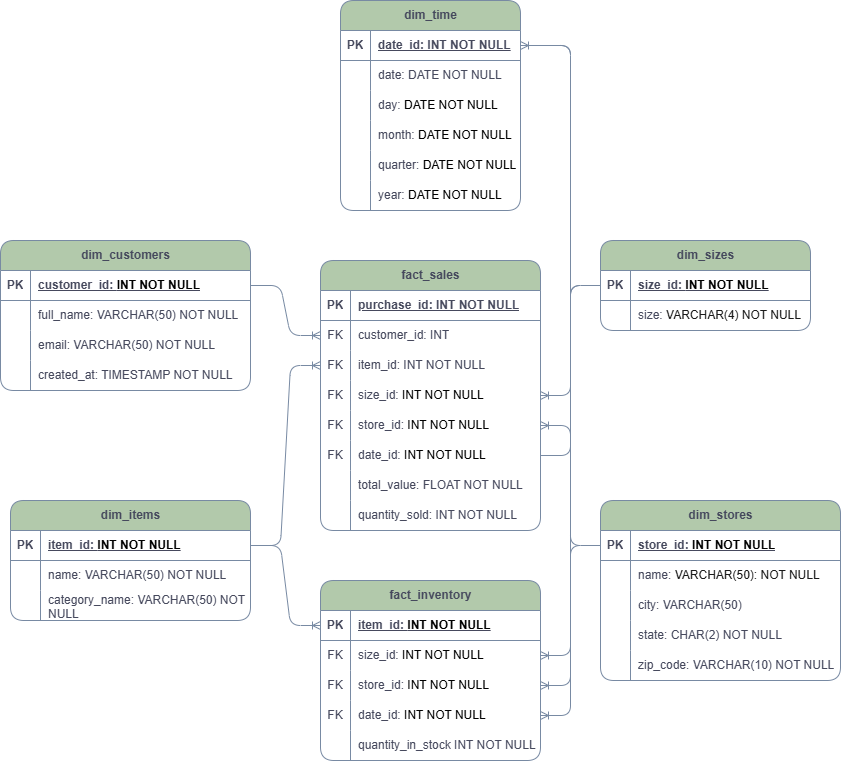
The draw.io diagram E_commerce_dbs-OLAP.png in ruancastro/e-commercy-database, before a commit. Source tidied: cells renumbered, new cells last; positions are measured from the earlier drawing's top-left corner, leaving out a move shared by most shapes.
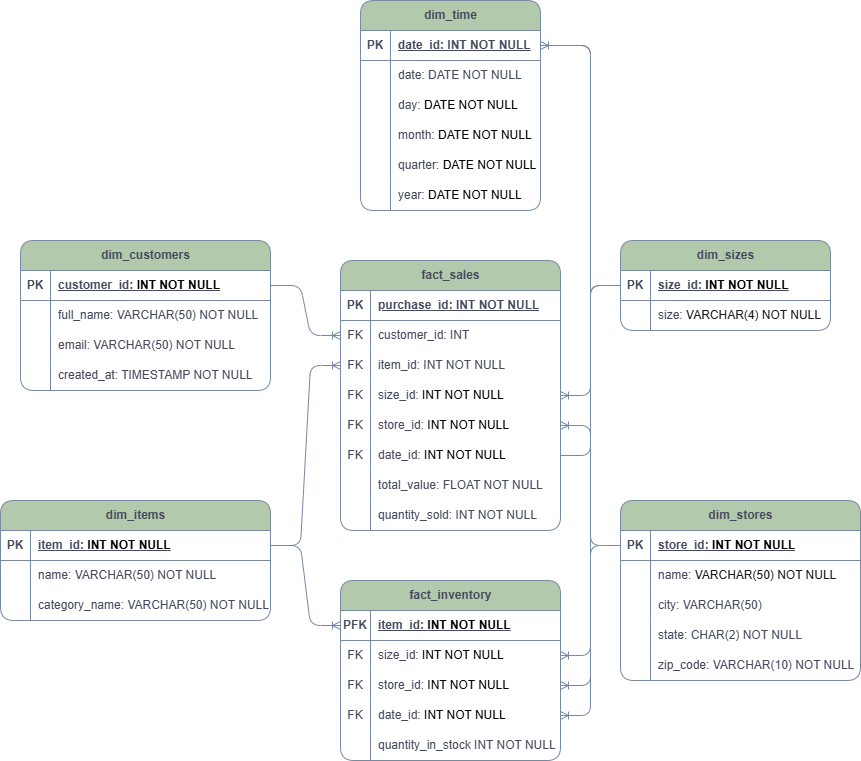
Above is the later version.

Commit message:
draft orm olap

The edit, as a diff of the source:
```diff
@@ -117,34 +117,34 @@
       <mxGeometry x="30" width="220" height="30" as="geometry" />
     </mxCell>
     <mxCell id="40" value="&lt;div&gt;&lt;span class=&quot;text-sm px-1 rounded-sm !font-mono bg-sunset/10 text-rust dark:bg-dawn/10 dark:text-dawn&quot;&gt;dim_items&lt;/span&gt;&lt;/div&gt;" style="shape=table;startSize=30;rowLines=0;fontStyle=1;align=center;html=1;rounded=1;labelBackgroundColor=none;fillColor=#B2C9AB;strokeColor=#788AA3;fontColor=#46495D;" parent="1" vertex="1">
-      <mxGeometry x="10" y="500" width="240" height="120" as="geometry" />
+      <mxGeometry x="-20" y="500" width="270" height="120" as="geometry" />
     </mxCell>
     <mxCell id="41" style="shape=tableRow;horizontal=0;startSize=0;swimlaneHead=0;swimlaneBody=0;fillColor=none;points=[[0,0.5],[1,0.5]];portConstraint=eastwest;top=0;left=0;right=0;bottom=1;rounded=1;labelBackgroundColor=none;strokeColor=#788AA3;fontColor=#46495D;" parent="40" vertex="1">
-      <mxGeometry y="30" width="240" height="30" as="geometry" />
+      <mxGeometry y="30" width="270" height="30" as="geometry" />
     </mxCell>
     <mxCell id="42" value="PK" style="shape=partialRectangle;fillColor=none;top=0;left=0;bottom=0;right=0;fontStyle=1;overflow=hidden;whiteSpace=wrap;html=1;rounded=1;labelBackgroundColor=none;strokeColor=#788AA3;fontColor=#46495D;" parent="41" vertex="1">
       <mxGeometry width="30" height="30" as="geometry" />
     </mxCell>
     <mxCell id="43" value="&lt;div&gt;&lt;span class=&quot;text-sm px-1 rounded-sm !font-mono bg-sunset/10 text-rust dark:bg-dawn/10 dark:text-dawn&quot;&gt;item_id:&amp;nbsp;&lt;/span&gt;&lt;span style=&quot;background-color: transparent; color: light-dark(rgb(0, 0, 0), rgb(255, 255, 255));&quot;&gt;INT NOT NULL&lt;/span&gt;&lt;/div&gt;" style="shape=partialRectangle;fillColor=none;top=0;left=0;bottom=0;right=0;align=left;spacingLeft=6;fontStyle=5;overflow=hidden;whiteSpace=wrap;html=1;rounded=1;labelBackgroundColor=none;strokeColor=#788AA3;fontColor=#46495D;" parent="41" vertex="1">
-      <mxGeometry x="30" width="210" height="30" as="geometry" />
+      <mxGeometry x="30" width="240" height="30" as="geometry" />
     </mxCell>
     <mxCell id="44" style="shape=tableRow;horizontal=0;startSize=0;swimlaneHead=0;swimlaneBody=0;fillColor=none;top=0;left=0;right=0;bottom=0;rounded=1;labelBackgroundColor=none;strokeColor=#788AA3;fontColor=#46495D;" parent="40" vertex="1">
-      <mxGeometry y="60" width="240" height="30" as="geometry" />
+      <mxGeometry y="60" width="270" height="30" as="geometry" />
     </mxCell>
     <mxCell id="45" style="shape=partialRectangle;fillColor=none;top=0;left=0;bottom=0;right=0;overflow=hidden;whiteSpace=wrap;html=1;rounded=1;labelBackgroundColor=none;strokeColor=#788AA3;fontColor=#46495D;" parent="44" vertex="1">
       <mxGeometry width="30" height="30" as="geometry" />
     </mxCell>
     <mxCell id="46" value="&lt;div&gt;&lt;span class=&quot;text-sm px-1 rounded-sm !font-mono bg-sunset/10 text-rust dark:bg-dawn/10 dark:text-dawn&quot;&gt;name: VARCHAR(50) NOT NULL&lt;/span&gt;&lt;/div&gt;" style="shape=partialRectangle;fillColor=none;top=0;left=0;bottom=0;right=0;align=left;spacingLeft=6;overflow=hidden;whiteSpace=wrap;html=1;rounded=1;labelBackgroundColor=none;strokeColor=#788AA3;fontColor=#46495D;" parent="44" vertex="1">
-      <mxGeometry x="30" width="210" height="30" as="geometry" />
+      <mxGeometry x="30" width="240" height="30" as="geometry" />
     </mxCell>
     <mxCell id="47" style="shape=tableRow;horizontal=0;startSize=0;swimlaneHead=0;swimlaneBody=0;fillColor=none;top=0;left=0;right=0;bottom=0;rounded=1;labelBackgroundColor=none;strokeColor=#788AA3;fontColor=#46495D;" parent="40" vertex="1">
-      <mxGeometry y="90" width="240" height="30" as="geometry" />
+      <mxGeometry y="90" width="270" height="30" as="geometry" />
     </mxCell>
     <mxCell id="48" style="shape=partialRectangle;fillColor=none;top=0;left=0;bottom=0;right=0;overflow=hidden;whiteSpace=wrap;html=1;rounded=1;labelBackgroundColor=none;strokeColor=#788AA3;fontColor=#46495D;" parent="47" vertex="1">
       <mxGeometry width="30" height="30" as="geometry" />
     </mxCell>
     <mxCell id="49" value="&lt;div&gt;&lt;span class=&quot;text-sm px-1 rounded-sm !font-mono bg-sunset/10 text-rust dark:bg-dawn/10 dark:text-dawn&quot;&gt;category_name: VARCHAR(50) NOT NULL&lt;/span&gt;&lt;/div&gt;" style="shape=partialRectangle;fillColor=none;top=0;left=0;bottom=0;right=0;align=left;spacingLeft=6;overflow=hidden;whiteSpace=wrap;html=1;rounded=1;labelBackgroundColor=none;strokeColor=#788AA3;fontColor=#46495D;" parent="47" vertex="1">
-      <mxGeometry x="30" width="210" height="30" as="geometry" />
+      <mxGeometry x="30" width="240" height="30" as="geometry" />
     </mxCell>
     <mxCell id="50" value="&lt;div&gt;&lt;span class=&quot;text-sm px-1 rounded-sm !font-mono bg-sunset/10 text-rust dark:bg-dawn/10 dark:text-dawn&quot;&gt;dim_sizes&lt;/span&gt;&lt;/div&gt;" style="shape=table;startSize=30;rowLines=0;fontStyle=1;align=center;html=1;rounded=1;labelBackgroundColor=none;fillColor=#B2C9AB;strokeColor=#788AA3;fontColor=#46495D;" parent="1" vertex="1">
       <mxGeometry x="600" y="240" width="210" height="90" as="geometry" />
@@ -185,7 +185,7 @@
     <mxCell id="62" style="shape=partialRectangle;fillColor=none;top=0;left=0;bottom=0;right=0;overflow=hidden;whiteSpace=wrap;html=1;rounded=1;labelBackgroundColor=none;strokeColor=#788AA3;fontColor=#46495D;" parent="61" vertex="1">
       <mxGeometry width="30" height="30" as="geometry" />
     </mxCell>
-    <mxCell id="63" value="&lt;div&gt;&lt;span class=&quot;text-sm px-1 rounded-sm !font-mono bg-sunset/10 text-rust dark:bg-dawn/10 dark:text-dawn&quot;&gt;name:&amp;nbsp;&lt;/span&gt;&lt;span style=&quot;color: rgb(26, 26, 26); text-wrap-mode: nowrap; background-color: transparent;&quot;&gt;VARCHAR(50):&amp;nbsp;NOT NULL&lt;/span&gt;&lt;/div&gt;" style="shape=partialRectangle;fillColor=none;top=0;left=0;bottom=0;right=0;align=left;spacingLeft=6;overflow=hidden;whiteSpace=wrap;html=1;rounded=1;labelBackgroundColor=none;strokeColor=#788AA3;fontColor=#46495D;" parent="61" vertex="1">
+    <mxCell id="63" value="&lt;div&gt;&lt;span class=&quot;text-sm px-1 rounded-sm !font-mono bg-sunset/10 text-rust dark:bg-dawn/10 dark:text-dawn&quot;&gt;name:&amp;nbsp;&lt;/span&gt;&lt;span style=&quot;color: rgb(26, 26, 26); text-wrap-mode: nowrap; background-color: transparent;&quot;&gt;VARCHAR(50) NOT NULL&lt;/span&gt;&lt;/div&gt;" style="shape=partialRectangle;fillColor=none;top=0;left=0;bottom=0;right=0;align=left;spacingLeft=6;overflow=hidden;whiteSpace=wrap;html=1;rounded=1;labelBackgroundColor=none;strokeColor=#788AA3;fontColor=#46495D;" parent="61" vertex="1">
       <mxGeometry x="30" width="210" height="30" as="geometry" />
     </mxCell>
     <mxCell id="64" style="shape=tableRow;horizontal=0;startSize=0;swimlaneHead=0;swimlaneBody=0;fillColor=none;top=0;left=0;right=0;bottom=0;rounded=1;labelBackgroundColor=none;strokeColor=#788AA3;fontColor=#46495D;" parent="57" vertex="1">
@@ -278,7 +278,7 @@
     <mxCell id="93" style="shape=tableRow;horizontal=0;startSize=0;swimlaneHead=0;swimlaneBody=0;fillColor=none;points=[[0,0.5],[1,0.5]];portConstraint=eastwest;top=0;left=0;right=0;bottom=1;rounded=1;labelBackgroundColor=none;strokeColor=#788AA3;fontColor=#46495D;" parent="92" vertex="1">
       <mxGeometry y="30" width="220" height="30" as="geometry" />
     </mxCell>
-    <mxCell id="94" value="PK" style="shape=partialRectangle;fillColor=none;top=0;left=0;bottom=0;right=0;fontStyle=1;overflow=hidden;whiteSpace=wrap;html=1;rounded=1;labelBackgroundColor=none;strokeColor=#788AA3;fontColor=#46495D;" parent="93" vertex="1">
+    <mxCell id="94" value="PFK" style="shape=partialRectangle;fillColor=none;top=0;left=0;bottom=0;right=0;fontStyle=1;overflow=hidden;whiteSpace=wrap;html=1;rounded=1;labelBackgroundColor=none;strokeColor=#788AA3;fontColor=#46495D;" parent="93" vertex="1">
       <mxGeometry width="30" height="30" as="geometry" />
     </mxCell>
     <mxCell id="95" value="&lt;div&gt;item_id:&amp;nbsp;&lt;span style=&quot;background-color: transparent; color: light-dark(rgb(0, 0, 0), rgb(255, 255, 255));&quot;&gt;INT NOT NULL&lt;/span&gt;&lt;/div&gt;" style="shape=partialRectangle;fillColor=none;top=0;left=0;bottom=0;right=0;align=left;spacingLeft=6;fontStyle=5;overflow=hidden;whiteSpace=wrap;html=1;rounded=1;labelBackgroundColor=none;strokeColor=#788AA3;fontColor=#46495D;" parent="93" vertex="1">
```
